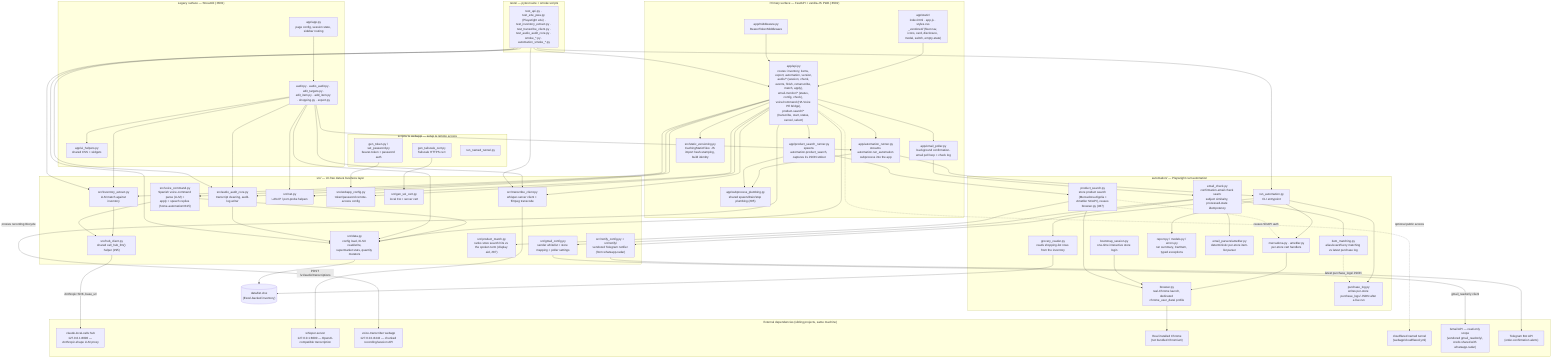
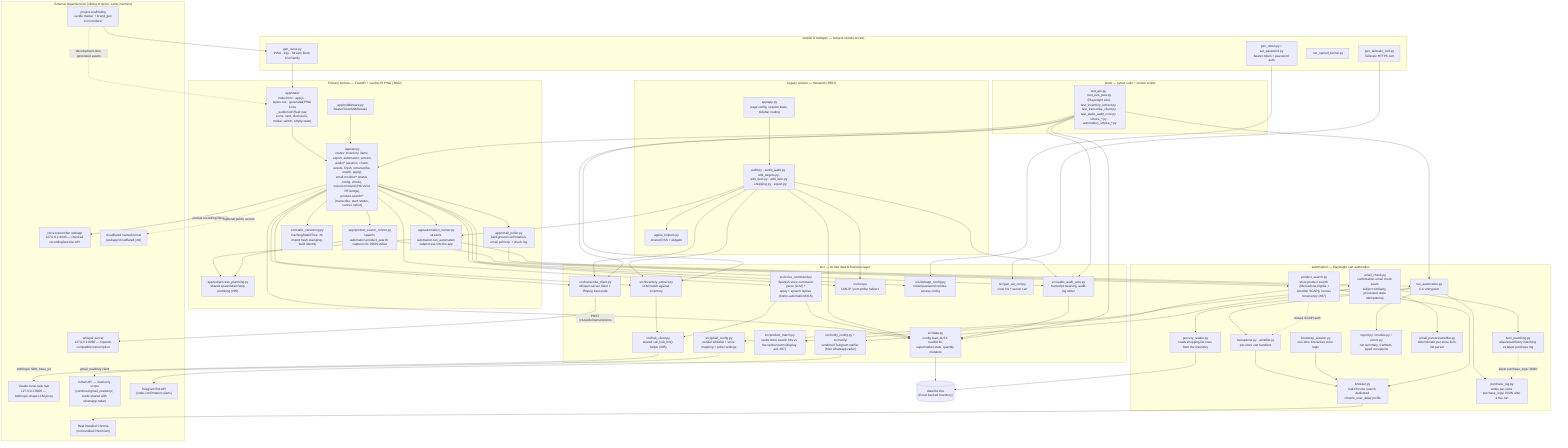
%% docs/architecture.mmd — this repo's own internal structure.
%% Hand-authored, not generated — unlike a fleet-wide crawled map, this
%% repo's own internal shape is semantic and can't be scraped the same way.
%% Update this diagram in the same PR as any material structural change (a
%% new mode/route, a module moved, a new external dependency wired in) —
%% same anti-staleness contract as this repo's own `.fleet.toml` `description`
%% field. See ferraroroberto/fleet-config#256 for the general convention.

flowchart TB
  subgraph frontend["Primary surface — FastAPI + vanilla-JS PWA (:8502)"]
-     STATIC["app/static/\nindex.html · app.js · styles.css\n_vendored/ (fleet nav, icons, card, disclosure, modal, switch, empty-state)"]
+     STATIC["app/static/\nindex.html · app.js · styles.css · generated PWA icons\n_vendored/ (fleet nav, icons, card, disclosure, modal, switch, empty-state)"]
    API["app/api.py\nroutes: inventory, items, export, automation, version,\naudio/* (session, chunk, events, finish, retranscribe, match, apply),\nemail-monitor/* (status, config, check), voice/command (HA Voice PE bridge),\nproduct-search/* (transcribe, start, status, cancel, select)"]
    MW["app/middleware.py\nBearerTokenMiddleware"]
    RUNNER["app/automation_runner.py\nstreams automation.run_automation subprocess into the app"]
    PSRUNNER["app/product_search_runner.py\nspawns automation.product_search, captures its JSON stdout"]
    SUBPROC["app/subprocess_plumbing.py\nshared spawn/drain/stop plumbing (#95)"]
    POLLER["app/email_poller.py\nbackground confirmation-email poll loop + check log"]
    VERSIONING["src/static_versioning.py\nCachingStaticFiles: JS import hash-stamping, build identity"]
    STATIC --> API
    MW --> API
    API --> RUNNER
    API --> PSRUNNER
    RUNNER --> SUBPROC
    PSRUNNER --> SUBPROC
    API --> POLLER
    API --> VERSIONING
  end

  subgraph legacy["Legacy surface — Streamlit (:8501)"]
    APPPY["app/app.py\npage config, session state, sidebar routing"]
    MODES["audit.py · audio_audit.py · edit_targets.py ·\nedit_item.py · add_item.py · shopping.py · export.py"]
    UIHELP["app/ui_helpers.py\nshared CSS + widgets"]
    APPPY --> MODES
    MODES --> UIHELP
    MODES --> RUNNER
  end

  subgraph datalayer["src/ — UI-free data & business layer"]
    DATA["src/data.py\nconfig load, XLSX read/write,\nsupermarket stats, quantity mutators"]
    AUDIOCORE["src/audio_audit_core.py\ntranscript cleaning, audit-log writer"]
    EXTRACT["src/inventory_extract.py\nLLM match against inventory"]
    VOICECMD["src/voice_command.py\nSpanish voice-command parse (LLM) +\napply + speech replies (home-automation#315)"]
    HUBCLIENT["src/hub_client.py\nshared call_hub_llm() helper (#95)"]
    PRODMATCH["src/product_match.py\nranks store search hits vs the spoken term (display aid, #87)"]
    TRANSCRIBE["src/transcribe_client.py\nwhisper-server client + ffmpeg transcode"]
    NET["src/net.py\nLAN-IP / port-probe helpers"]
    WEBCFG["src/webapp_config.py\ntoken/password remote-access config"]
    GMAILCFG["src/gmail_config.py\nsender whitelist + store mapping + poller settings"]
    NOTIFYCFG["src/notify_config.py + src/notify/\nvendored Telegram notifier (from whatsapp-radar)"]
    SSL["src/gen_ssl_cert.py\nlocal CA + server cert"]
  end
  API --> DATA
  API --> AUDIOCORE
  API --> EXTRACT
  API --> VOICECMD
  EXTRACT --> HUBCLIENT
  VOICECMD --> HUBCLIENT
  VOICECMD --> DATA
  API --> TRANSCRIBE
  API --> NET
  API --> WEBCFG
  MODES --> DATA
  MODES --> AUDIOCORE
  MODES --> EXTRACT
  MODES --> TRANSCRIBE
  MODES --> NET
  AUDIOCORE --> DATA

  XLSX[("data/list.xlsx\n(Excel-backed inventory)")]
  DATA --> XLSX

  subgraph cartauto["automation/ — Playwright cart automation"]
    RUNAUTO["run_automation.py\nCLI entrypoint"]
    STOREMODS["mercadona.py · ametller.py\nper-store cart handlers"]
    BROWSER["browser.py\nreal-Chrome launch, dedicated chrome_user_data/ profile"]
    BOOTSTRAP["bootstrap_session.py\none-time interactive store login"]
    READER["grocery_reader.py\nreads shopping-list rows from the inventory"]
    REPORT["report.py / models.py / errors.py\nrun summary, CartItem, typed exceptions"]
    PURCHASELOG["purchase_log.py\nwrites per-store purchase_logs/ JSON after a live run"]
    EMAILCHECK["email_check.py\nconfirmation-email check seam:\nsubject similarity, processed-state idempotency"]
    EMAILPARSERS["email_parsers/ametller.py\ndeterministic per-store item-list parser"]
    ITEMMATCH["item_matching.py\nalias/exact/fuzzy matching vs latest purchase log"]
    PRODSEARCH["product_search.py\nstore product search (Mercadona Algolia +\nAmetller SCAPI), reuses browser.py (#87)"]
    RUNAUTO --> STOREMODS
    STOREMODS --> BROWSER
    BOOTSTRAP --> BROWSER
    RUNAUTO --> READER
    RUNAUTO --> REPORT
    RUNAUTO --> PURCHASELOG
    EMAILCHECK --> EMAILPARSERS
    EMAILCHECK --> ITEMMATCH
    PRODSEARCH --> BROWSER
    PRODSEARCH -.->|reuses SCAPI auth| STOREMODS
  end
  RUNNER --> RUNAUTO
  PSRUNNER --> PRODSEARCH
  PRODSEARCH --> PRODMATCH
  POLLER --> EMAILCHECK
  EMAILCHECK --> GMAILCFG
  EMAILCHECK --> NOTIFYCFG
  ITEMMATCH -.->|latest purchase_logs/ JSON| PURCHASELOG
  READER --> XLSX

  subgraph external["External dependencies (sibling projects, same machine)"]
    HUB["claude-local-calls hub\n127.0.0.1:8000 — Anthropic-shape LLM proxy"]
    WHISPER["whisper-server\n127.0.0.1:8090 — OpenAI-compatible transcription"]
    VOICET["voice-transcriber webapp\n127.0.0.1:8443 — chunked recording/session API"]
    CHROME["Real installed Chrome\n(not bundled Chromium)"]
    CLOUDFLARE["cloudflared named tunnel\n(webapp/cloudflared.yml)"]
    GMAILAPI["Gmail API — read-only scope\n(vendored gmail_readonly/, creds shared with whatsapp-radar)"]
    TELEGRAM["Telegram Bot API\n(order-confirmation alerts)"]
+     SCAFFOLD["project-scaffolding\nLucide master + brand_gen icon renderer"]
  end
  HUBCLIENT -->|Anthropic SDK, base_url| HUB
  TRANSCRIBE -->|POST /v1/audio/transcriptions| WHISPER
  API -->|proxies recording lifecycle| VOICET
  BROWSER --> CHROME
  API -.->|optional public access| CLOUDFLARE
  GMAILCFG -->|gmail_readonly client| GMAILAPI
  NOTIFYCFG --> TELEGRAM
+   SCAFFOLD -.->|development-time generated assets| STATIC

  subgraph scripts["scripts/ & webapp/ — setup & remote access"]
    GENTOKEN["gen_token.py / set_password.py\nbearer-token + password auth"]
    TAILCERT["gen_tailscale_cert.py\nTailscale HTTPS cert"]
    TUNNEL["run_named_tunnel.py"]
+     GENICONS["gen_icons.py\nPWA · tray · Stream Deck icon family"]
  end
  GENTOKEN --> WEBCFG
  TAILCERT --> SSL
+   GENICONS --> STATIC
+   SCAFFOLD --> GENICONS

  subgraph tests["tests/ — pytest suite + smoke scripts"]
    TESTFILES["test_api.py · test_e2e_pwa.py (Playwright e2e) ·\ntest_inventory_extract.py · test_transcribe_client.py ·\ntest_audio_audit_core.py · smoke_*.py · automation_smoke_*.py"]
  end
  TESTFILES --> API
  TESTFILES --> DATA
  TESTFILES --> EXTRACT
  TESTFILES --> TRANSCRIBE
  TESTFILES --> AUDIOCORE
  TESTFILES --> RUNAUTO
